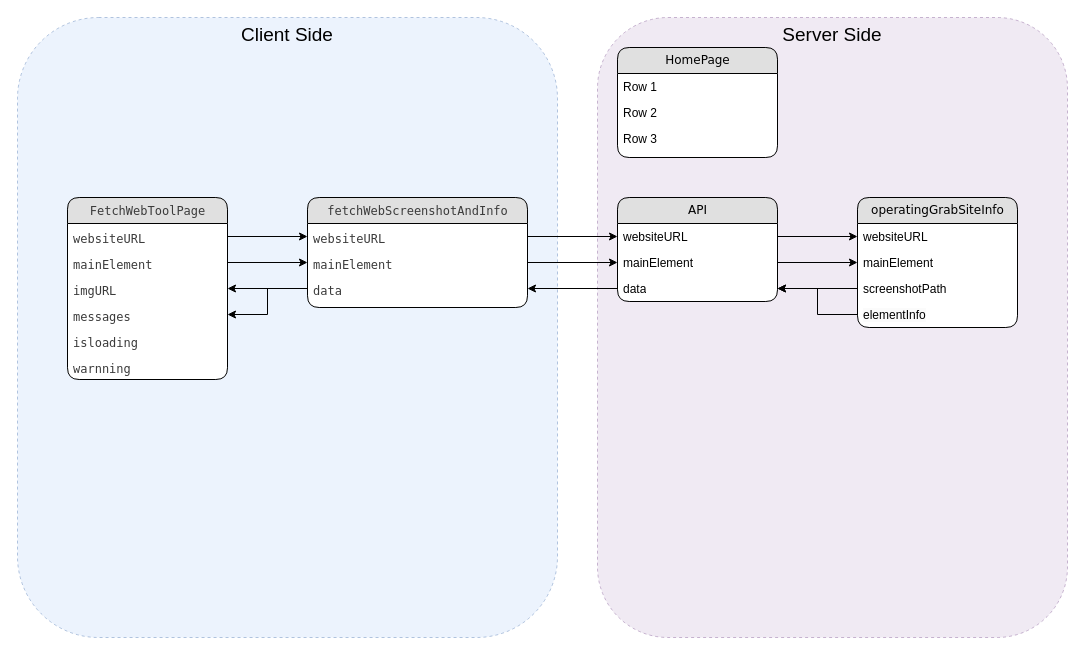
This is data flow.drawio from Tianqi-Yao/yao-app-web, a draw.io file, before an edit. Source tidied: cells renumbered, new cells numbered last; positions are measured from the earlier drawing's top-left corner, leaving out a move shared by most shapes. Both pictures are drawn from the tidied source at 100%, with x=0, y=0 at pixel (17, 17).
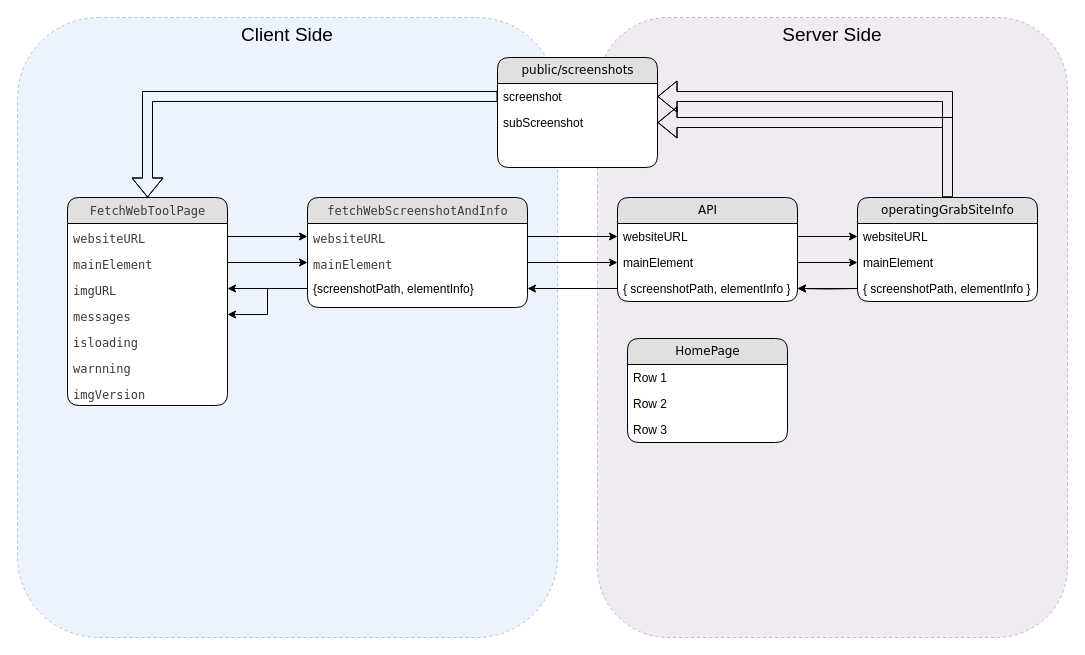
The same page after the edit.

Unchanged cells that the change refers to:
```xml
<mxCell id="19" value="&lt;div style=&quot;color: rgb(59, 59, 59); font-family: Menlo, Monaco, &amp;quot;Courier New&amp;quot;, monospace; line-height: 18px;&quot;&gt;&lt;div style=&quot;line-height: 18px;&quot;&gt;fetchWebScreenshotAndInfo&lt;/div&gt;&lt;/div&gt;" style="swimlane;html=1;fontStyle=0;horizontal=1;startSize=26;fillColor=#e0e0e0;swimlaneFillColor=default;align=center;rounded=1;shadow=0;comic=0;labelBackgroundColor=none;strokeWidth=1;fontFamily=Verdana;fontSize=12;" parent="1" vertex="1">
  <mxGeometry x="290" y="180" width="220" height="110" as="geometry" />
</mxCell>
```

What changed in the source:
```diff
@@
     <mxCell id="4" value="HomePage" style="swimlane;html=1;fontStyle=0;horizontal=1;startSize=26;fillColor=#e0e0e0;swimlaneFillColor=#ffffff;align=center;rounded=1;shadow=0;comic=0;labelBackgroundColor=none;strokeWidth=1;fontFamily=Verdana;fontSize=12;" parent="1" vertex="1">
-      <mxGeometry x="600" y="30" width="160" height="110" as="geometry" />
+      <mxGeometry x="610" y="321" width="160" height="104" as="geometry" />
     </mxCell>
@@
     <mxCell id="8" value="&lt;div style=&quot;color: rgb(59, 59, 59); font-family: Menlo, Monaco, &amp;quot;Courier New&amp;quot;, monospace; line-height: 18px;&quot;&gt;FetchWebToolPage&lt;/div&gt;" style="swimlane;html=1;fontStyle=0;horizontal=1;startSize=26;fillColor=#e0e0e0;swimlaneFillColor=#ffffff;align=center;rounded=1;shadow=0;comic=0;labelBackgroundColor=none;strokeWidth=1;fontFamily=Verdana;fontSize=12;" parent="1" vertex="1">
-      <mxGeometry x="50" y="180" width="160" height="182" as="geometry" />
+      <mxGeometry x="50" y="180" width="160" height="208" as="geometry" />
     </mxCell>
@@
+    <mxCell id="39" value="&lt;div style=&quot;color: rgb(59, 59, 59); background-color: rgb(255, 255, 255); font-family: Menlo, Monaco, &amp;quot;Courier New&amp;quot;, monospace; line-height: 18px;&quot;&gt;&lt;div style=&quot;line-height: 18px;&quot;&gt;imgVersion&lt;/div&gt;&lt;/div&gt;" style="text;html=1;strokeColor=none;fillColor=none;spacingLeft=4;spacingRight=4;whiteSpace=wrap;overflow=hidden;" parent="8" vertex="1">
+      <mxGeometry y="182" width="160" height="26" as="geometry" />
+    </mxCell>
     <mxCell id="15" value="API" style="swimlane;html=1;fontStyle=0;horizontal=1;startSize=26;fillColor=#e0e0e0;swimlaneFillColor=#ffffff;align=center;rounded=1;shadow=0;comic=0;labelBackgroundColor=none;strokeWidth=1;fontFamily=Verdana;fontSize=12;" parent="1" vertex="1">
-      <mxGeometry x="600" y="180" width="160" height="104" as="geometry" />
+      <mxGeometry x="600" y="180" width="180" height="104" as="geometry" />
     </mxCell>
     <mxCell id="16" value="websiteURL" style="text;html=1;strokeColor=none;fillColor=none;spacingLeft=4;spacingRight=4;whiteSpace=wrap;overflow=hidden;points=[[0,0.5],[1,0.5]];portConstraint=eastwest;" parent="15" vertex="1">
-      <mxGeometry y="26" width="160" height="26" as="geometry" />
+      <mxGeometry y="26" width="180" height="26" as="geometry" />
     </mxCell>
     <mxCell id="17" value="mainElement" style="text;html=1;strokeColor=none;fillColor=none;spacingLeft=4;spacingRight=4;whiteSpace=wrap;overflow=hidden;points=[[0,0.5],[1,0.5]];portConstraint=eastwest;" parent="15" vertex="1">
-      <mxGeometry y="52" width="160" height="26" as="geometry" />
+      <mxGeometry y="52" width="180" height="26" as="geometry" />
     </mxCell>
-    <mxCell id="18" value="data" style="text;html=1;strokeColor=none;fillColor=none;spacingLeft=4;spacingRight=4;whiteSpace=wrap;overflow=hidden;points=[[0,0.5],[1,0.5]];portConstraint=eastwest;" parent="15" vertex="1">
-      <mxGeometry y="78" width="160" height="26" as="geometry" />
+    <mxCell id="18" value="{ screenshotPath, elementInfo }" style="text;html=1;strokeColor=none;fillColor=none;spacingLeft=4;spacingRight=4;whiteSpace=wrap;overflow=hidden;points=[[0,0.5],[1,0.5]];portConstraint=eastwest;" parent="15" vertex="1">
+      <mxGeometry y="78" width="180" height="26" as="geometry" />
     </mxCell>
@@
-    <mxCell id="22" value="&lt;div style=&quot;color: rgb(59, 59, 59); background-color: rgb(255, 255, 255); font-family: Menlo, Monaco, &amp;quot;Courier New&amp;quot;, monospace; line-height: 18px;&quot;&gt;&lt;div style=&quot;line-height: 18px;&quot;&gt;data&lt;/div&gt;&lt;/div&gt;" style="text;html=1;strokeColor=none;fillColor=none;spacingLeft=4;spacingRight=4;whiteSpace=wrap;overflow=hidden;points=[[0,0.5],[1,0.5]];portConstraint=eastwest;" parent="19" vertex="1">
+    <mxCell id="22" value="{screenshotPath, elementInfo}" style="text;html=1;strokeColor=none;fillColor=none;spacingLeft=4;spacingRight=4;whiteSpace=wrap;overflow=hidden;points=[[0,0.5],[1,0.5]];portConstraint=eastwest;" parent="19" vertex="1">
       <mxGeometry y="78" width="220" height="26" as="geometry" />
     </mxCell>
@@
+    <mxCell id="40" style="edgeStyle=orthogonalEdgeStyle;rounded=0;jettySize=auto;html=1;shape=flexArrow;" parent="1" edge="1" source="29" target="43">
+      <mxGeometry relative="1" as="geometry" />
+    </mxCell>
+    <mxCell id="41" style="edgeStyle=orthogonalEdgeStyle;rounded=0;jettySize=auto;html=1;shape=flexArrow;" parent="1" edge="1" source="29" target="44">
+      <mxGeometry relative="1" as="geometry" />
+    </mxCell>
     <mxCell id="29" value="operatingGrabSiteInfo" style="swimlane;html=1;fontStyle=0;horizontal=1;startSize=26;fillColor=#e0e0e0;swimlaneFillColor=#ffffff;align=center;rounded=1;shadow=0;comic=0;labelBackgroundColor=none;strokeWidth=1;fontFamily=Verdana;fontSize=12;" parent="1" vertex="1">
-      <mxGeometry x="840" y="180" width="160" height="130" as="geometry" />
+      <mxGeometry x="840" y="180" width="180" height="104" as="geometry" />
     </mxCell>
     <mxCell id="30" value="websiteURL" style="text;html=1;strokeColor=none;fillColor=none;spacingLeft=4;spacingRight=4;whiteSpace=wrap;overflow=hidden;points=[[0,0.5],[1,0.5]];portConstraint=eastwest;" parent="29" vertex="1">
-      <mxGeometry y="26" width="160" height="26" as="geometry" />
+      <mxGeometry y="26" width="180" height="26" as="geometry" />
     </mxCell>
     <mxCell id="31" value="mainElement" style="text;html=1;strokeColor=none;fillColor=none;spacingLeft=4;spacingRight=4;whiteSpace=wrap;overflow=hidden;points=[[0,0.5],[1,0.5]];portConstraint=eastwest;" parent="29" vertex="1">
-      <mxGeometry y="52" width="160" height="26" as="geometry" />
+      <mxGeometry y="52" width="180" height="26" as="geometry" />
     </mxCell>
-    <mxCell id="32" value="screenshotPath" style="text;html=1;strokeColor=none;fillColor=none;spacingLeft=4;spacingRight=4;whiteSpace=wrap;overflow=hidden;points=[[0,0.5],[1,0.5]];portConstraint=eastwest;" parent="29" vertex="1">
-      <mxGeometry y="78" width="160" height="26" as="geometry" />
-    </mxCell>
-    <mxCell id="33" value="&lt;span style=&quot;color: rgb(0, 0, 0); font-family: Helvetica; font-size: 12px; font-style: normal; font-variant-ligatures: normal; font-variant-caps: normal; font-weight: 400; letter-spacing: normal; orphans: 2; text-align: left; text-indent: 0px; text-transform: none; widows: 2; word-spacing: 0px; -webkit-text-stroke-width: 0px; background-color: rgb(251, 251, 251); text-decoration-thickness: initial; text-decoration-style: initial; text-decoration-color: initial; float: none; display: inline !important;&quot;&gt;elementInfo&lt;/span&gt;" style="text;html=1;strokeColor=none;fillColor=none;spacingLeft=4;spacingRight=4;whiteSpace=wrap;overflow=hidden;points=[[0,0.5],[1,0.5]];portConstraint=eastwest;" parent="29" vertex="1">
-      <mxGeometry y="104" width="160" height="26" as="geometry" />
+    <mxCell id="33" value="&lt;span style=&quot;color: rgb(0, 0, 0); font-family: Helvetica; font-size: 12px; font-style: normal; font-variant-ligatures: normal; font-variant-caps: normal; font-weight: 400; letter-spacing: normal; orphans: 2; text-align: left; text-indent: 0px; text-transform: none; widows: 2; word-spacing: 0px; -webkit-text-stroke-width: 0px; background-color: rgb(251, 251, 251); text-decoration-thickness: initial; text-decoration-style: initial; text-decoration-color: initial; float: none; display: inline !important;&quot;&gt;{ screenshotPath, elementInfo }&lt;/span&gt;" style="text;html=1;strokeColor=none;fillColor=none;spacingLeft=4;spacingRight=4;whiteSpace=wrap;overflow=hidden;points=[[0,0.5],[1,0.5]];portConstraint=eastwest;" parent="29" vertex="1">
+      <mxGeometry y="78" width="180" height="26" as="geometry" />
     </mxCell>
@@
-    <mxCell id="37" style="edgeStyle=orthogonalEdgeStyle;rounded=0;jettySize=auto;html=1;" parent="1" edge="1" source="32" target="18">
-      <mxGeometry relative="1" as="geometry" />
+    <mxCell id="37" style="edgeStyle=orthogonalEdgeStyle;rounded=0;jettySize=auto;html=1;" parent="1" edge="1" target="18">
+      <mxGeometry relative="1" as="geometry">
+        <mxPoint x="840" y="271" as="sourcePoint" />
+      </mxGeometry>
     </mxCell>
@@
+    <mxCell id="42" value="public/screenshots" style="swimlane;html=1;fontStyle=0;horizontal=1;startSize=26;fillColor=#e0e0e0;swimlaneFillColor=#ffffff;align=center;rounded=1;shadow=0;comic=0;labelBackgroundColor=none;strokeWidth=1;fontFamily=Verdana;fontSize=12;" parent="1" vertex="1">
+      <mxGeometry x="480" y="40" width="160" height="110" as="geometry" />
+    </mxCell>
+    <mxCell id="43" value="screenshot" style="text;html=1;strokeColor=none;fillColor=none;spacingLeft=4;spacingRight=4;whiteSpace=wrap;overflow=hidden;points=[[0,0.5],[1,0.5]];portConstraint=eastwest;" parent="42" vertex="1">
+      <mxGeometry y="26" width="160" height="26" as="geometry" />
+    </mxCell>
+    <mxCell id="44" value="subScreenshot" style="text;html=1;strokeColor=none;fillColor=none;spacingLeft=4;spacingRight=4;whiteSpace=wrap;overflow=hidden;points=[[0,0.5],[1,0.5]];portConstraint=eastwest;" parent="42" vertex="1">
+      <mxGeometry y="52" width="160" height="26" as="geometry" />
+    </mxCell>
+    <mxCell id="45" style="edgeStyle=orthogonalEdgeStyle;rounded=0;jettySize=auto;html=1;shape=flexArrow;strokeWidth=1;endArrow=block;endFill=0;startArrow=none;startFill=0;" parent="1" edge="1" source="43" target="8">
+      <mxGeometry relative="1" as="geometry" />
+    </mxCell>
```
